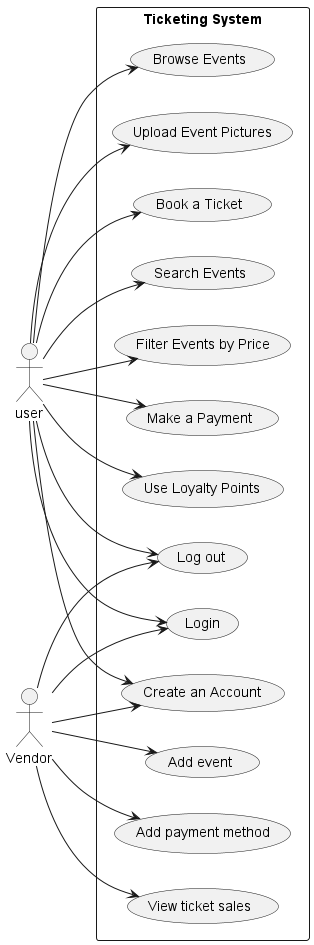
Before: Diagrams/UsecaseDiagrams/UsecaseDiagram_All.png, a diagram exported from PlantUML (HabibaMekay/Tixie). Source of this version:
```plantuml
@startuml UsecaseDiagram_All
left to right direction
actor user
actor Vendor

rectangle "Ticketing System"{
    usecase "Book a Ticket" as UC1
    usecase "Search Events" as UC2
    usecase "Filter Events by Price" as UC3
    usecase "Make a Payment" as UC4
    usecase "Login" as UC5
    usecase "Create an Account" as UC6
    usecase "Use Loyalty Points" as UC7
    usecase "Browse Events" as UC9
    usecase "Add event" as UC10
    usecase "Add payment method" as UC11
    usecase "View ticket sales" as UC12
    usecase "Log out" as UC13
    usecase "Upload Event Pictures" as UC14



user -->UC1
user -->UC2
user -->UC3
user -->UC4
user -->UC5
user -->UC6
user -->UC7
user -->UC9
user -->UC13
user -->UC14
Vendor --> UC5
Vendor -->UC6
Vendor --> UC10
Vendor --> UC11
Vendor --> UC12
Vendor --> UC13


}
@enduml
```
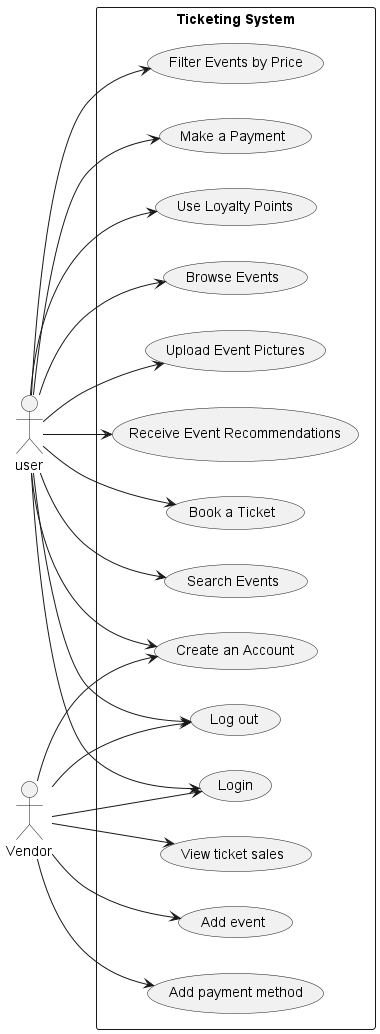
After the change.

Commit message:
added Receive Event Recommendations

What changed in the source:
```diff
@@ -17,6 +17,7 @@
     usecase "View ticket sales" as UC12
     usecase "Log out" as UC13
     usecase "Upload Event Pictures" as UC14
+    usecase "Receive Event Recommendations" as UC15
 
 
 
@@ -30,6 +31,7 @@
 user -->UC9
 user -->UC13
 user -->UC14
+user -->UC15
 Vendor --> UC5
 Vendor -->UC6
 Vendor --> UC10
```
